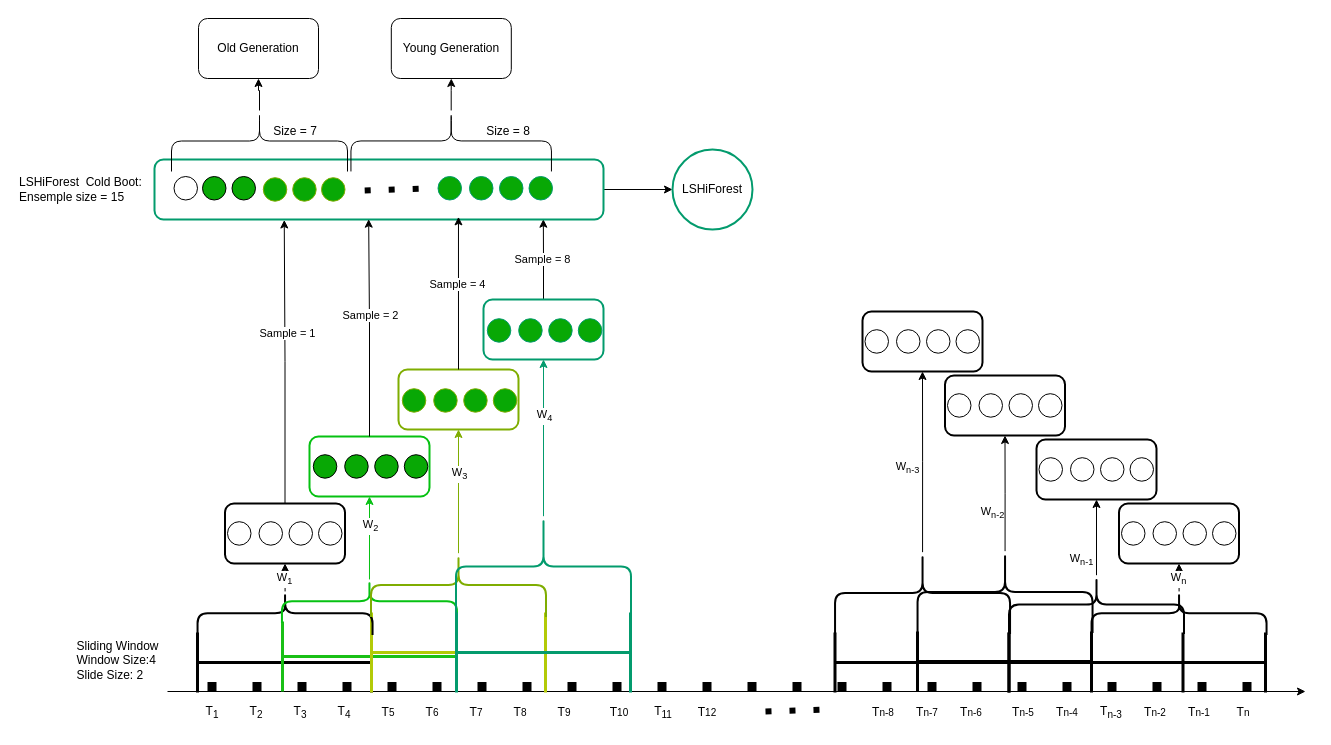
The draw.io diagram page "第 3 页" (3 of 3) of 系统架构图.drawio in LiLiJacky/graphData, before the edit. Source tidied: cells renumbered, new cells numbered last; positions are measured from the earlier drawing's top-left corner, leaving out a move shared by most shapes. Both pictures are drawn from the tidied source at 100%, with x=0, y=0 at pixel (17, 18).
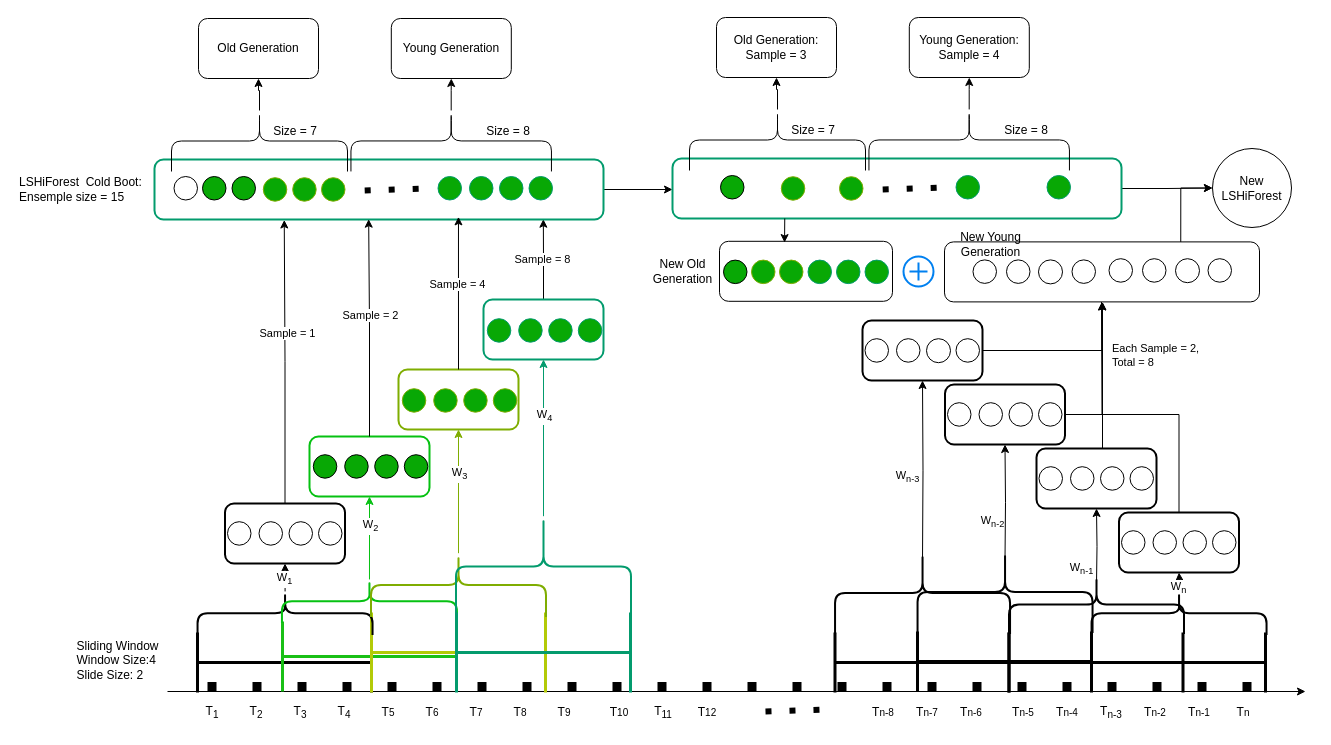
The same diagram, later.

Commit message (it also covers changes not shown here):
更新系统架构图.drawio

The change refers to these unchanged cells:
```xml
<mxCell id="66" style="whiteSpace=wrap;html=1;align=right;rounded=1;strokeWidth=2;strokeColor=#039b6d;" parent="1" vertex="1">
  <mxGeometry x="137" y="141" width="449" height="60" as="geometry" />
</mxCell>
<mxCell id="97" style="shape=curlyBracket;whiteSpace=wrap;html=1;rounded=1;labelPosition=left;verticalLabelPosition=middle;align=right;verticalAlign=middle;rotation=90;strokeWidth=2;" parent="1" vertex="1">
  <mxGeometry x="1139.8" y="507.2" width="43.5" height="175" as="geometry" />
</mxCell>
<mxCell id="106" style="shape=curlyBracket;whiteSpace=wrap;html=1;rounded=1;labelPosition=left;verticalLabelPosition=middle;align=right;verticalAlign=middle;rotation=90;strokeWidth=2;" parent="1" vertex="1">
  <mxGeometry x="1049.6" y="498.6" width="58.8" height="175" as="geometry" />
</mxCell>
<mxCell id="114" style="shape=curlyBracket;whiteSpace=wrap;html=1;rounded=1;labelPosition=left;verticalLabelPosition=middle;align=right;verticalAlign=middle;rotation=90;strokeWidth=2;" parent="1" vertex="1">
  <mxGeometry x="946.6" y="486.1" width="81.9" height="175" as="geometry" />
</mxCell>
<mxCell id="123" style="shape=curlyBracket;whiteSpace=wrap;html=1;rounded=1;labelPosition=left;verticalLabelPosition=middle;align=right;verticalAlign=middle;rotation=90;strokeWidth=2;" parent="1" vertex="1">
  <mxGeometry x="864.1" y="487.1" width="81.9" height="175" as="geometry" />
</mxCell>
```

What changed in the source:
```diff
@@
-    <mxCell id="65" style="edgeStyle=orthogonalEdgeStyle;rounded=0;jettySize=auto;html=1;" parent="1" edge="1" source="66" target="93">
-      <mxGeometry relative="1" as="geometry" />
+    <mxCell id="65" style="edgeStyle=orthogonalEdgeStyle;rounded=0;jettySize=auto;html=1;" parent="1" edge="1" source="66">
+      <mxGeometry relative="1" as="geometry">
+        <mxPoint x="655" y="171" as="targetPoint" />
+      </mxGeometry>
     </mxCell>
@@
-    <mxCell id="93" value="LSHiForest" style="ellipse;whiteSpace=wrap;html=1;align=center;strokeColor=#039b6d;rounded=1;strokeWidth=2;" parent="1" vertex="1">
-      <mxGeometry x="655" y="131" width="80" height="80" as="geometry" />
-    </mxCell>
@@
-    <mxCell id="95" style="edgeStyle=orthogonalEdgeStyle;rounded=0;jettySize=auto;html=1;" parent="1" edge="1" source="97" target="98">
-      <mxGeometry relative="1" as="geometry" />
+    <mxCell id="95" style="edgeStyle=orthogonalEdgeStyle;rounded=0;jettySize=auto;html=1;" parent="1" edge="1" target="98">
+      <mxGeometry relative="1" as="geometry">
+        <mxPoint x="1161.5" y="582" as="sourcePoint" />
+      </mxGeometry>
     </mxCell>
@@
+    <mxCell id="130" style="edgeStyle=orthogonalEdgeStyle;rounded=0;jettySize=auto;html=1;" parent="1" edge="1" source="98" target="161">
+      <mxGeometry relative="1" as="geometry">
+        <Array as="points">
+          <mxPoint x="1162" y="396" />
+          <mxPoint x="1085" y="396" />
+        </Array>
+      </mxGeometry>
+    </mxCell>
     <mxCell id="98" style="whiteSpace=wrap;html=1;align=right;rounded=1;strokeWidth=2;" parent="1" vertex="1">
-      <mxGeometry x="1101.5" y="485" width="120" height="60" as="geometry" />
+      <mxGeometry x="1101.5" y="494" width="120" height="60" as="geometry" />
     </mxCell>
     <mxCell id="99" style="ellipse;whiteSpace=wrap;html=1;" parent="1" vertex="1">
-      <mxGeometry x="1104" y="503.2" width="23.5" height="23.5" as="geometry" />
+      <mxGeometry x="1104" y="512.2" width="23.5" height="23.5" as="geometry" />
     </mxCell>
     <mxCell id="100" style="ellipse;whiteSpace=wrap;html=1;" parent="1" vertex="1">
-      <mxGeometry x="1135.5" y="503.2" width="23.5" height="23.5" as="geometry" />
+      <mxGeometry x="1135.5" y="512.2" width="23.5" height="23.5" as="geometry" />
     </mxCell>
     <mxCell id="101" style="ellipse;whiteSpace=wrap;html=1;" parent="1" vertex="1">
-      <mxGeometry x="1195" y="503.2" width="23.5" height="23.5" as="geometry" />
+      <mxGeometry x="1195" y="512.2" width="23.5" height="23.5" as="geometry" />
     </mxCell>
     <mxCell id="102" style="ellipse;whiteSpace=wrap;html=1;" parent="1" vertex="1">
-      <mxGeometry x="1165.5" y="503.2" width="23.5" height="23.5" as="geometry" />
+      <mxGeometry x="1165.5" y="512.2" width="23.5" height="23.5" as="geometry" />
     </mxCell>
@@
     <mxCell id="104" value="W&lt;sub&gt;n-1&lt;/sub&gt;" style="edgeLabel;html=1;align=center;verticalAlign=middle;" parent="1" vertex="1">
-      <mxGeometry x="1070" y="566.6" as="geometry">
+      <mxGeometry x="1070" y="575.6" as="geometry">
         <mxPoint x="-7" y="-25" as="offset" />
       </mxGeometry>
     </mxCell>
-    <mxCell id="105" style="edgeStyle=orthogonalEdgeStyle;rounded=0;jettySize=auto;html=1;" parent="1" edge="1" source="106" target="107">
-      <mxGeometry relative="1" as="geometry" />
+    <mxCell id="105" style="edgeStyle=orthogonalEdgeStyle;rounded=0;jettySize=auto;html=1;" parent="1" edge="1" target="107">
+      <mxGeometry relative="1" as="geometry">
+        <mxPoint x="1079" y="565.7" as="sourcePoint" />
+      </mxGeometry>
     </mxCell>
@@
+    <mxCell id="131" style="edgeStyle=orthogonalEdgeStyle;rounded=0;jettySize=auto;html=1;entryX=0.5;entryY=1;entryDx=0;entryDy=0;" parent="1" edge="1" source="107" target="161">
+      <mxGeometry relative="1" as="geometry">
+        <Array as="points">
+          <mxPoint x="1085" y="357" />
+          <mxPoint x="1084" y="357" />
+        </Array>
+      </mxGeometry>
+    </mxCell>
     <mxCell id="107" style="whiteSpace=wrap;html=1;align=right;rounded=1;strokeWidth=2;" parent="1" vertex="1">
-      <mxGeometry x="1019" y="421" width="120" height="60" as="geometry" />
+      <mxGeometry x="1019" y="430" width="120" height="60" as="geometry" />
     </mxCell>
     <mxCell id="108" style="ellipse;whiteSpace=wrap;html=1;" parent="1" vertex="1">
-      <mxGeometry x="1021.5" y="439.2" width="23.5" height="23.5" as="geometry" />
+      <mxGeometry x="1021.5" y="448.2" width="23.5" height="23.5" as="geometry" />
     </mxCell>
     <mxCell id="109" style="ellipse;whiteSpace=wrap;html=1;" parent="1" vertex="1">
-      <mxGeometry x="1053" y="439.2" width="23.5" height="23.5" as="geometry" />
+      <mxGeometry x="1053" y="448.2" width="23.5" height="23.5" as="geometry" />
     </mxCell>
     <mxCell id="110" style="ellipse;whiteSpace=wrap;html=1;" parent="1" vertex="1">
-      <mxGeometry x="1112.5" y="439.2" width="23.5" height="23.5" as="geometry" />
+      <mxGeometry x="1112.5" y="448.2" width="23.5" height="23.5" as="geometry" />
     </mxCell>
     <mxCell id="111" style="ellipse;whiteSpace=wrap;html=1;" parent="1" vertex="1">
-      <mxGeometry x="1083" y="439.2" width="23.5" height="23.5" as="geometry" />
+      <mxGeometry x="1083" y="448.2" width="23.5" height="23.5" as="geometry" />
     </mxCell>
@@
-    <mxCell id="113" style="edgeStyle=orthogonalEdgeStyle;rounded=0;jettySize=auto;html=1;" parent="1" edge="1" source="114" target="115">
-      <mxGeometry relative="1" as="geometry" />
+    <mxCell id="113" style="edgeStyle=orthogonalEdgeStyle;rounded=0;jettySize=auto;html=1;" parent="1" edge="1" target="115">
+      <mxGeometry relative="1" as="geometry">
+        <mxPoint x="987.5" y="541.6" as="sourcePoint" />
+      </mxGeometry>
     </mxCell>
@@
+    <mxCell id="132" style="edgeStyle=orthogonalEdgeStyle;rounded=0;jettySize=auto;html=1;" parent="1" edge="1" source="115">
+      <mxGeometry relative="1" as="geometry">
+        <mxPoint x="1084" y="274" as="targetPoint" />
+      </mxGeometry>
+    </mxCell>
+    <mxCell id="133" value="Each Sample = 2,&lt;br&gt;Total = 8" style="edgeLabel;html=1;align=left;verticalAlign=middle;" parent="132" vertex="1">
+      <mxGeometry x="-0.83" y="1" relative="1" as="geometry">
+        <mxPoint x="31" y="-59" as="offset" />
+      </mxGeometry>
+    </mxCell>
     <mxCell id="115" style="whiteSpace=wrap;html=1;align=right;rounded=1;strokeWidth=2;" parent="1" vertex="1">
-      <mxGeometry x="927.5" y="357" width="120" height="60" as="geometry" />
+      <mxGeometry x="927.5" y="366" width="120" height="60" as="geometry" />
     </mxCell>
     <mxCell id="116" style="ellipse;whiteSpace=wrap;html=1;" parent="1" vertex="1">
-      <mxGeometry x="930" y="375.2" width="23.5" height="23.5" as="geometry" />
+      <mxGeometry x="930" y="384.2" width="23.5" height="23.5" as="geometry" />
     </mxCell>
     <mxCell id="117" style="ellipse;whiteSpace=wrap;html=1;" parent="1" vertex="1">
-      <mxGeometry x="961.5" y="375.2" width="23.5" height="23.5" as="geometry" />
+      <mxGeometry x="961.5" y="384.2" width="23.5" height="23.5" as="geometry" />
     </mxCell>
     <mxCell id="118" style="ellipse;whiteSpace=wrap;html=1;" parent="1" vertex="1">
-      <mxGeometry x="1021" y="375.2" width="23.5" height="23.5" as="geometry" />
+      <mxGeometry x="1021" y="384.2" width="23.5" height="23.5" as="geometry" />
     </mxCell>
     <mxCell id="119" style="ellipse;whiteSpace=wrap;html=1;" parent="1" vertex="1">
-      <mxGeometry x="991.5" y="375.2" width="23.5" height="23.5" as="geometry" />
+      <mxGeometry x="991.5" y="384.2" width="23.5" height="23.5" as="geometry" />
     </mxCell>
     <mxCell id="120" value="W&lt;sub&gt;n-2&lt;/sub&gt;" style="edgeLabel;html=1;align=center;verticalAlign=middle;" parent="1" vertex="1">
-      <mxGeometry x="981" y="519" as="geometry">
+      <mxGeometry x="981" y="528" as="geometry">
         <mxPoint x="-7" y="-25" as="offset" />
       </mxGeometry>
     </mxCell>
@@
-    <mxCell id="122" style="edgeStyle=orthogonalEdgeStyle;rounded=0;jettySize=auto;html=1;" parent="1" edge="1" source="123" target="124">
-      <mxGeometry relative="1" as="geometry" />
+    <mxCell id="122" style="edgeStyle=orthogonalEdgeStyle;rounded=0;jettySize=auto;html=1;" parent="1" edge="1" target="124">
+      <mxGeometry relative="1" as="geometry">
+        <mxPoint x="905" y="542.6" as="sourcePoint" />
+      </mxGeometry>
     </mxCell>
@@
+    <mxCell id="134" style="edgeStyle=orthogonalEdgeStyle;rounded=0;jettySize=auto;html=1;entryX=0.5;entryY=1;entryDx=0;entryDy=0;exitX=1;exitY=0.5;exitDx=0;exitDy=0;" parent="1" edge="1" source="124" target="161">
+      <mxGeometry relative="1" as="geometry" />
+    </mxCell>
     <mxCell id="124" style="whiteSpace=wrap;html=1;align=right;rounded=1;strokeWidth=2;" parent="1" vertex="1">
-      <mxGeometry x="845" y="293" width="120" height="60" as="geometry" />
+      <mxGeometry x="845" y="302" width="120" height="60" as="geometry" />
     </mxCell>
     <mxCell id="125" style="ellipse;whiteSpace=wrap;html=1;" parent="1" vertex="1">
-      <mxGeometry x="847.5" y="311.2" width="23.5" height="23.5" as="geometry" />
+      <mxGeometry x="847.5" y="320.2" width="23.5" height="23.5" as="geometry" />
     </mxCell>
     <mxCell id="126" style="ellipse;whiteSpace=wrap;html=1;" parent="1" vertex="1">
-      <mxGeometry x="879" y="311.2" width="23.5" height="23.5" as="geometry" />
+      <mxGeometry x="879" y="320.2" width="23.5" height="23.5" as="geometry" />
     </mxCell>
     <mxCell id="127" style="ellipse;whiteSpace=wrap;html=1;" parent="1" vertex="1">
-      <mxGeometry x="938.5" y="311.2" width="23.5" height="23.5" as="geometry" />
+      <mxGeometry x="938.5" y="320.2" width="23.5" height="23.5" as="geometry" />
     </mxCell>
     <mxCell id="128" style="ellipse;whiteSpace=wrap;html=1;" parent="1" vertex="1">
-      <mxGeometry x="909" y="311.2" width="23.5" height="23.5" as="geometry" />
+      <mxGeometry x="909" y="320.2" width="24" height="24" as="geometry" />
     </mxCell>
     <mxCell id="129" value="W&lt;sub&gt;n-3&lt;/sub&gt;" style="edgeLabel;html=1;align=center;verticalAlign=middle;" parent="1" vertex="1">
-      <mxGeometry x="896" y="474" as="geometry">
+      <mxGeometry x="896" y="483" as="geometry">
         <mxPoint x="-7" y="-25" as="offset" />
       </mxGeometry>
     </mxCell>
+    <mxCell id="135" style="edgeStyle=orthogonalEdgeStyle;rounded=0;jettySize=auto;html=1;exitX=1;exitY=0.5;exitDx=0;exitDy=0;entryX=0;entryY=0.5;entryDx=0;entryDy=0;" parent="1" edge="1" source="136" target="172">
+      <mxGeometry relative="1" as="geometry" />
+    </mxCell>
+    <mxCell id="136" style="whiteSpace=wrap;html=1;align=right;rounded=1;strokeWidth=2;strokeColor=#039b6d;" parent="1" vertex="1">
+      <mxGeometry x="655" y="140" width="449" height="60" as="geometry" />
+    </mxCell>
+    <mxCell id="137" style="ellipse;whiteSpace=wrap;html=1;fillColor=#08a805;" parent="1" vertex="1">
+      <mxGeometry x="703" y="157" width="23.5" height="23.5" as="geometry" />
+    </mxCell>
+    <mxCell id="138" style="ellipse;whiteSpace=wrap;html=1;fillColor=#08a805;strokeColor=#7fad01;" parent="1" vertex="1">
+      <mxGeometry x="763.8" y="158.2" width="23.5" height="23.5" as="geometry" />
+    </mxCell>
+    <mxCell id="139" style="ellipse;whiteSpace=wrap;html=1;fillColor=#08a805;strokeColor=#039b6d;" parent="1" vertex="1">
+      <mxGeometry x="938.5" y="157" width="23.5" height="23.5" as="geometry" />
+    </mxCell>
+    <mxCell id="140" style="ellipse;whiteSpace=wrap;html=1;fillColor=#08a805;strokeColor=#039b6d;" parent="1" vertex="1">
+      <mxGeometry x="1029.5" y="157" width="23.5" height="23.5" as="geometry" />
+    </mxCell>
+    <mxCell id="141" style="ellipse;whiteSpace=wrap;html=1;fillColor=#08a805;strokeColor=#7fad01;" parent="1" vertex="1">
+      <mxGeometry x="822" y="158.2" width="23.5" height="23.5" as="geometry" />
+    </mxCell>
+    <mxCell id="142" style="endArrow=none;dashed=1;html=1;dashPattern=1 3;strokeWidth=6;rounded=0;" parent="1" edge="1">
+      <mxGeometry relative="1" as="geometry">
+        <mxPoint x="865.2" y="171" as="sourcePoint" />
+        <mxPoint x="926.2" y="169" as="targetPoint" />
+      </mxGeometry>
+    </mxCell>
+    <mxCell id="143" style="edgeStyle=orthogonalEdgeStyle;rounded=0;jettySize=auto;html=1;" parent="1" edge="1" source="144" target="145">
+      <mxGeometry relative="1" as="geometry" />
+    </mxCell>
+    <mxCell id="144" style="shape=curlyBracket;whiteSpace=wrap;html=1;rounded=1;labelPosition=left;verticalLabelPosition=middle;align=right;verticalAlign=middle;rotation=90;" parent="1" vertex="1">
+      <mxGeometry x="729.5" y="33.5" width="61" height="176" as="geometry" />
+    </mxCell>
+    <mxCell id="145" value="Old Generation:&lt;br&gt;Sample = 3" style="whiteSpace=wrap;html=1;align=center;rounded=1;" parent="1" vertex="1">
+      <mxGeometry x="699" y="-1" width="120" height="60" as="geometry" />
+    </mxCell>
+    <mxCell id="146" style="edgeStyle=orthogonalEdgeStyle;rounded=0;jettySize=auto;html=1;" parent="1" edge="1" source="147" target="148">
+      <mxGeometry relative="1" as="geometry" />
+    </mxCell>
+    <mxCell id="147" style="shape=curlyBracket;whiteSpace=wrap;html=1;rounded=1;labelPosition=left;verticalLabelPosition=middle;align=right;verticalAlign=middle;rotation=90;" parent="1" vertex="1">
+      <mxGeometry x="921.2" y="21.2" width="61" height="200.5" as="geometry" />
+    </mxCell>
+    <mxCell id="148" value="Young Generation:&lt;br&gt;Sample = 4" style="whiteSpace=wrap;html=1;align=center;rounded=1;" parent="1" vertex="1">
+      <mxGeometry x="891.8" y="-1" width="120" height="60" as="geometry" />
+    </mxCell>
+    <mxCell id="149" value="Size = 7" style="text;html=1;strokeColor=none;fillColor=none;align=center;verticalAlign=middle;whiteSpace=wrap;rounded=0;" parent="1" vertex="1">
+      <mxGeometry x="766" y="97" width="60" height="30" as="geometry" />
+    </mxCell>
+    <mxCell id="150" value="Size = 8" style="text;html=1;strokeColor=none;fillColor=none;align=center;verticalAlign=middle;whiteSpace=wrap;rounded=0;" parent="1" vertex="1">
+      <mxGeometry x="979" y="97" width="60" height="30" as="geometry" />
+    </mxCell>
+    <mxCell id="151" style="rounded=1;whiteSpace=wrap;html=1;" parent="1" vertex="1">
+      <mxGeometry x="702" y="222.8" width="173" height="60" as="geometry" />
+    </mxCell>
+    <mxCell id="152" style="ellipse;whiteSpace=wrap;html=1;fillColor=#08a805;" parent="1" vertex="1">
+      <mxGeometry x="706" y="241.6" width="23.5" height="23.5" as="geometry" />
+    </mxCell>
+    <mxCell id="153" style="ellipse;whiteSpace=wrap;html=1;fillColor=#08a805;strokeColor=#7fad01;" parent="1" vertex="1">
+      <mxGeometry x="734" y="241.6" width="23.5" height="23.5" as="geometry" />
+    </mxCell>
+    <mxCell id="154" style="ellipse;whiteSpace=wrap;html=1;fillColor=#08a805;strokeColor=#039b6d;" parent="1" vertex="1">
+      <mxGeometry x="790.5" y="241.6" width="23.5" height="23.5" as="geometry" />
+    </mxCell>
+    <mxCell id="155" style="ellipse;whiteSpace=wrap;html=1;fillColor=#08a805;strokeColor=#039b6d;" parent="1" vertex="1">
+      <mxGeometry x="819" y="241.6" width="23.5" height="23.5" as="geometry" />
+    </mxCell>
+    <mxCell id="156" style="ellipse;whiteSpace=wrap;html=1;fillColor=#08a805;strokeColor=#7fad01;" parent="1" vertex="1">
+      <mxGeometry x="762" y="241.6" width="23.5" height="23.5" as="geometry" />
+    </mxCell>
+    <mxCell id="157" style="ellipse;whiteSpace=wrap;html=1;fillColor=#08a805;strokeColor=#039b6d;" parent="1" vertex="1">
+      <mxGeometry x="847.5" y="241.6" width="23.5" height="23.5" as="geometry" />
+    </mxCell>
+    <mxCell id="158" style="edgeStyle=orthogonalEdgeStyle;rounded=0;jettySize=auto;html=1;exitX=0.25;exitY=1;exitDx=0;exitDy=0;entryX=0.376;entryY=0.021;entryDx=0;entryDy=0;entryPerimeter=0;" parent="1" edge="1" source="136" target="151">
+      <mxGeometry relative="1" as="geometry" />
+    </mxCell>
+    <mxCell id="159" value="New Old Generation" style="text;html=1;strokeColor=none;fillColor=none;align=center;verticalAlign=middle;whiteSpace=wrap;rounded=0;" parent="1" vertex="1">
+      <mxGeometry x="617" y="237.8" width="97" height="30" as="geometry" />
+    </mxCell>
+    <mxCell id="160" style="edgeStyle=orthogonalEdgeStyle;rounded=0;jettySize=auto;html=1;exitX=0.75;exitY=0;exitDx=0;exitDy=0;entryX=0;entryY=0.5;entryDx=0;entryDy=0;" parent="1" edge="1" source="161" target="172">
+      <mxGeometry relative="1" as="geometry" />
+    </mxCell>
+    <mxCell id="161" style="rounded=1;whiteSpace=wrap;html=1;" parent="1" vertex="1">
+      <mxGeometry x="927" y="223.4" width="315" height="60" as="geometry" />
+    </mxCell>
+    <mxCell id="162" style="ellipse;whiteSpace=wrap;html=1;" parent="1" vertex="1">
+      <mxGeometry x="955.5" y="241.4" width="23.5" height="23.5" as="geometry" />
+    </mxCell>
+    <mxCell id="163" style="ellipse;whiteSpace=wrap;html=1;" parent="1" vertex="1">
+      <mxGeometry x="989" y="241.4" width="23.5" height="23.5" as="geometry" />
+    </mxCell>
+    <mxCell id="164" style="ellipse;whiteSpace=wrap;html=1;" parent="1" vertex="1">
+      <mxGeometry x="1054.5" y="241.4" width="23.5" height="23.5" as="geometry" />
+    </mxCell>
+    <mxCell id="165" style="ellipse;whiteSpace=wrap;html=1;" parent="1" vertex="1">
+      <mxGeometry x="1021" y="241.4" width="24" height="24" as="geometry" />
+    </mxCell>
+    <mxCell id="166" style="ellipse;whiteSpace=wrap;html=1;" parent="1" vertex="1">
+      <mxGeometry x="1091.5" y="240.2" width="23.5" height="23.5" as="geometry" />
+    </mxCell>
+    <mxCell id="167" style="ellipse;whiteSpace=wrap;html=1;" parent="1" vertex="1">
+      <mxGeometry x="1125" y="240.2" width="23.5" height="23.5" as="geometry" />
+    </mxCell>
+    <mxCell id="168" style="ellipse;whiteSpace=wrap;html=1;" parent="1" vertex="1">
+      <mxGeometry x="1190.5" y="240.2" width="23.5" height="23.5" as="geometry" />
+    </mxCell>
+    <mxCell id="169" style="ellipse;whiteSpace=wrap;html=1;" parent="1" vertex="1">
+      <mxGeometry x="1158" y="240.2" width="24" height="24" as="geometry" />
+    </mxCell>
+    <mxCell id="170" value="New Young Generation" style="text;html=1;strokeColor=none;fillColor=none;align=center;verticalAlign=middle;whiteSpace=wrap;rounded=0;" parent="1" vertex="1">
+      <mxGeometry x="924.8" y="210.5" width="97" height="30" as="geometry" />
+    </mxCell>
+    <mxCell id="171" style="html=1;verticalLabelPosition=bottom;align=center;labelBackgroundColor=#ffffff;verticalAlign=top;strokeWidth=2;strokeColor=#0080F0;shadow=0;dashed=0;shape=mxgraph.ios7.icons.add;" parent="1" vertex="1">
+      <mxGeometry x="886" y="238" width="30" height="30" as="geometry" />
+    </mxCell>
+    <mxCell id="172" value="New LSHiForest" style="ellipse;whiteSpace=wrap;html=1;" parent="1" vertex="1">
+      <mxGeometry x="1195" y="130" width="79" height="79" as="geometry" />
+    </mxCell>
```
